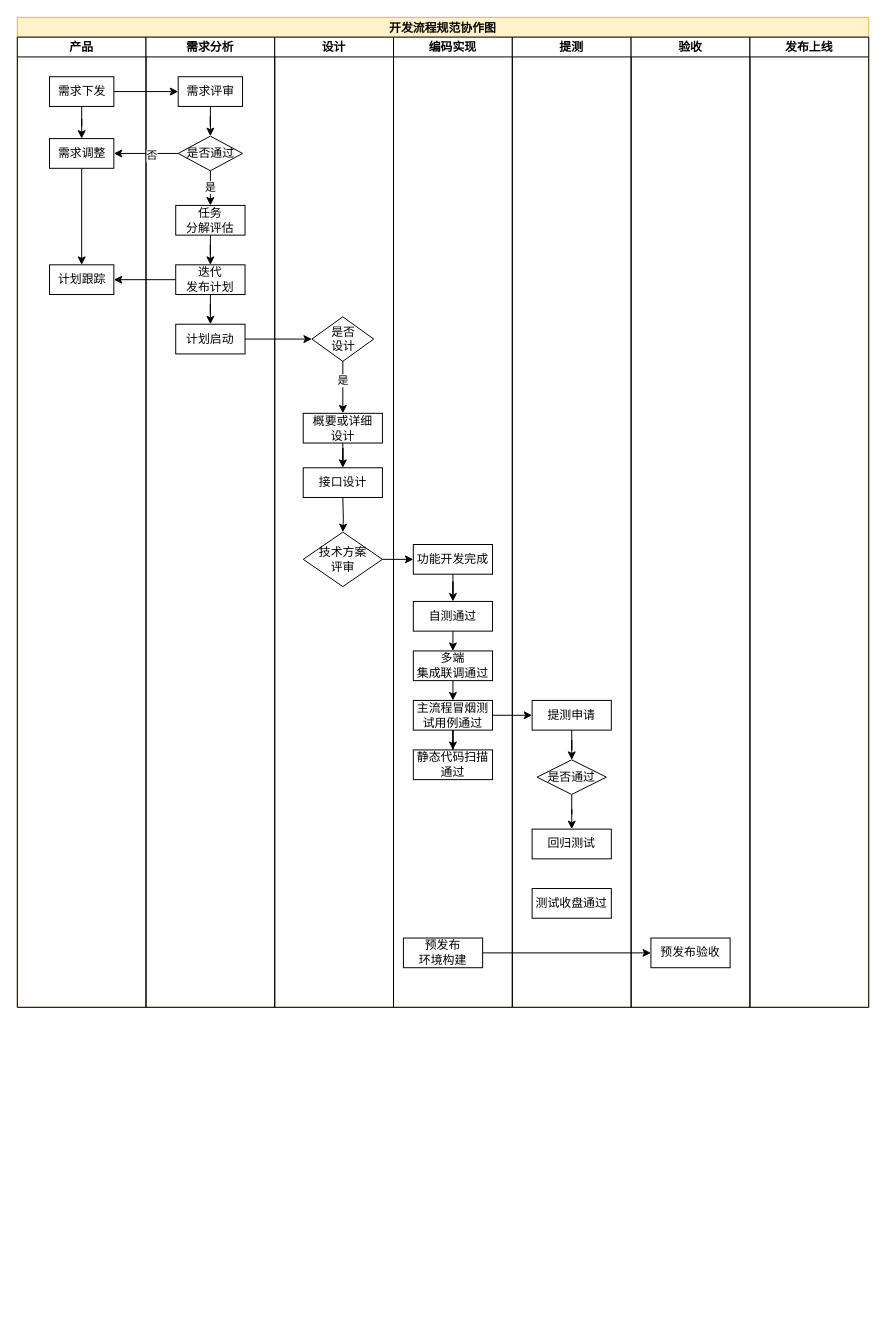
zhubin2430701/draw keeps this draw.io diagram as Untitled Diagram.drawio. Above is the earlier version. Source tidied: cells renumbered, new cells numbered last; positions are measured from the earlier drawing's top-left corner, leaving out a move shared by most shapes. Both pictures are drawn from the tidied source at 99%, with x=0, y=0 at pixel (17, 17).
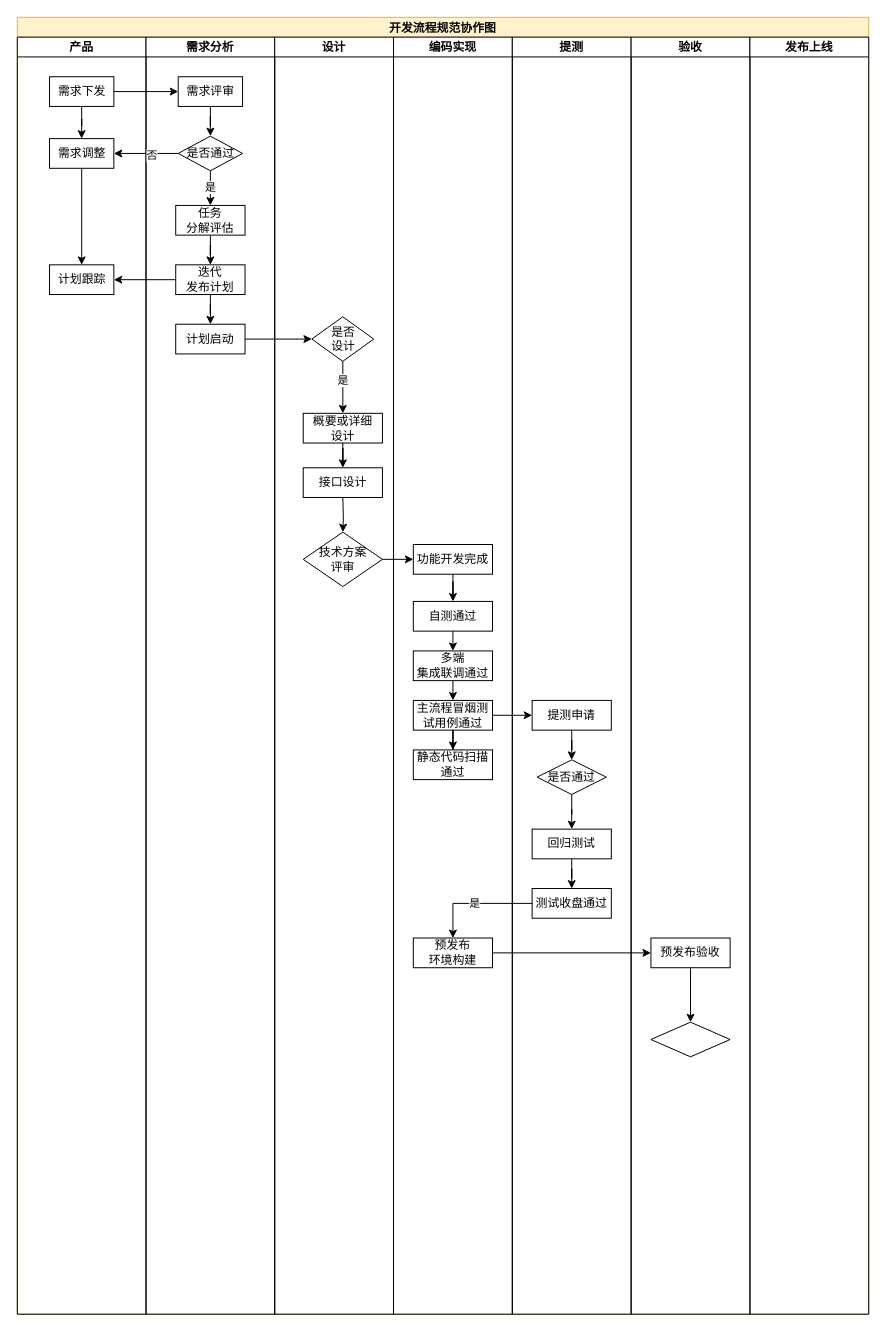
After the change.

Commit message:
更新流程规范协作图

Unchanged cells that the change refers to:
```xml
<mxCell id="41" value="回归测试" style="whiteSpace=wrap;html=1;rounded=0;" parent="39" vertex="1">
  <mxGeometry x="20" y="800" width="80" height="30" as="geometry" />
</mxCell>
<mxCell id="45" value="测试收盘通过" style="whiteSpace=wrap;html=1;rounded=0;" parent="39" vertex="1">
  <mxGeometry x="20" y="860" width="80" height="30" as="geometry" />
</mxCell>
<mxCell id="47" value="预发布验收" style="whiteSpace=wrap;html=1;rounded=0;" parent="46" vertex="1">
  <mxGeometry x="20" y="910" width="80" height="30" as="geometry" />
</mxCell>
```

Diff of the diagram source:
```diff
@@
     <mxCell id="2" value="开发流程规范协作图" style="swimlane;startSize=20;fillColor=#fff2cc;strokeColor=#d6b656;" parent="1" vertex="1">
-      <mxGeometry width="860" height="1000" as="geometry" />
+      <mxGeometry width="860" height="1310" as="geometry" />
     </mxCell>
     <mxCell id="3" value="产品" style="swimlane;startSize=20;" parent="2" vertex="1">
-      <mxGeometry y="20" width="130" height="980" as="geometry" />
+      <mxGeometry y="20" width="130" height="1290" as="geometry" />
     </mxCell>
@@
     <mxCell id="9" value="需求分析" style="swimlane;startSize=20;" parent="2" vertex="1">
-      <mxGeometry x="130" y="20" width="130" height="980" as="geometry" />
+      <mxGeometry x="130" y="20" width="130" height="1290" as="geometry" />
     </mxCell>
@@
     <mxCell id="19" value="设计" style="swimlane;startSize=20;" parent="2" vertex="1">
-      <mxGeometry x="260" y="20" width="120" height="980" as="geometry" />
+      <mxGeometry x="260" y="20" width="120" height="1290" as="geometry" />
     </mxCell>
@@
     <mxCell id="28" value="编码实现" style="swimlane;startSize=20;" parent="2" vertex="1">
-      <mxGeometry x="380" y="20" width="120" height="980" as="geometry" />
+      <mxGeometry x="380" y="20" width="120" height="1290" as="geometry" />
     </mxCell>
@@
     <mxCell id="38" value="预发布&lt;br&gt;环境构建" style="whiteSpace=wrap;html=1;rounded=0;" parent="28" vertex="1">
-      <mxGeometry x="10" y="910" width="80" height="30" as="geometry" />
+      <mxGeometry x="20" y="910" width="80" height="30" as="geometry" />
     </mxCell>
     <mxCell id="39" value="提测" style="swimlane;startSize=20;" parent="2" vertex="1">
-      <mxGeometry x="500" y="20" width="120" height="980" as="geometry" />
+      <mxGeometry x="500" y="20" width="120" height="1290" as="geometry" />
     </mxCell>
@@
+    <mxCell id="57" style="edgeStyle=orthogonalEdgeStyle;rounded=0;jettySize=auto;html=1;" parent="39" edge="1" source="41" target="45">
+      <mxGeometry relative="1" as="geometry" />
+    </mxCell>
@@
     <mxCell id="46" value="验收" style="swimlane;startSize=20;" parent="2" vertex="1">
-      <mxGeometry x="620" y="20" width="120" height="980" as="geometry" />
+      <mxGeometry x="620" y="20" width="120" height="1290" as="geometry" />
     </mxCell>
@@
     <mxCell id="48" value="发布上线" style="swimlane;startSize=20;" parent="2" vertex="1">
-      <mxGeometry x="740" y="20" width="120" height="980" as="geometry" />
+      <mxGeometry x="740" y="20" width="120" height="1290" as="geometry" />
     </mxCell>
@@
+    <mxCell id="58" value="是" style="edgeStyle=orthogonalEdgeStyle;rounded=0;jettySize=auto;html=1;" parent="2" edge="1" source="45" target="38">
+      <mxGeometry relative="1" as="geometry" />
+    </mxCell>
+    <mxCell id="59" style="rhombus;whiteSpace=wrap;html=1;rounded=0;" parent="1" vertex="1">
+      <mxGeometry x="640" y="1015" width="80" height="35" as="geometry" />
+    </mxCell>
+    <mxCell id="60" style="edgeStyle=orthogonalEdgeStyle;rounded=0;jettySize=auto;html=1;" parent="1" edge="1" source="47" target="59">
+      <mxGeometry relative="1" as="geometry" />
+    </mxCell>
```
